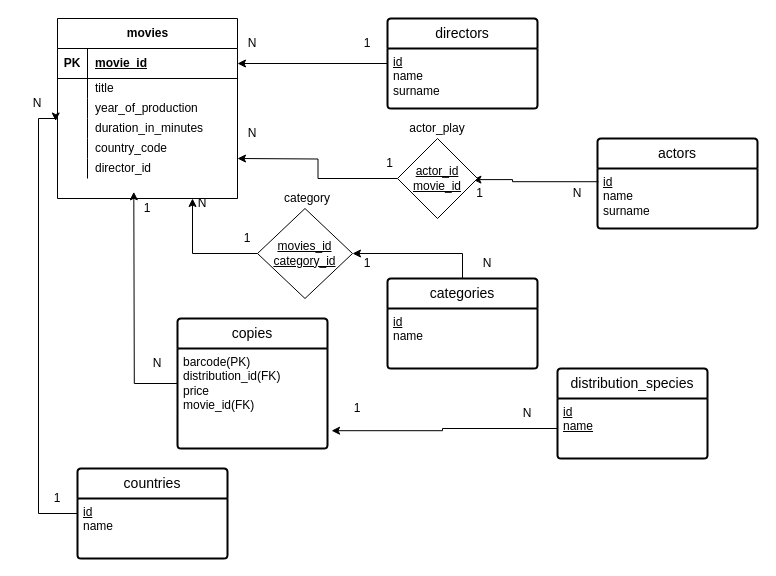
This is Untitled Diagram.drawio from serendipity019/CodingFactoryJavaLessons, a draw.io file, before an edit. Source tidied: cells renumbered, new cells numbered last; positions are measured from the earlier drawing's top-left corner, leaving out a move shared by most shapes. Both pictures are drawn from the tidied source at 100%, with x=0, y=0 at pixel (17, 18).
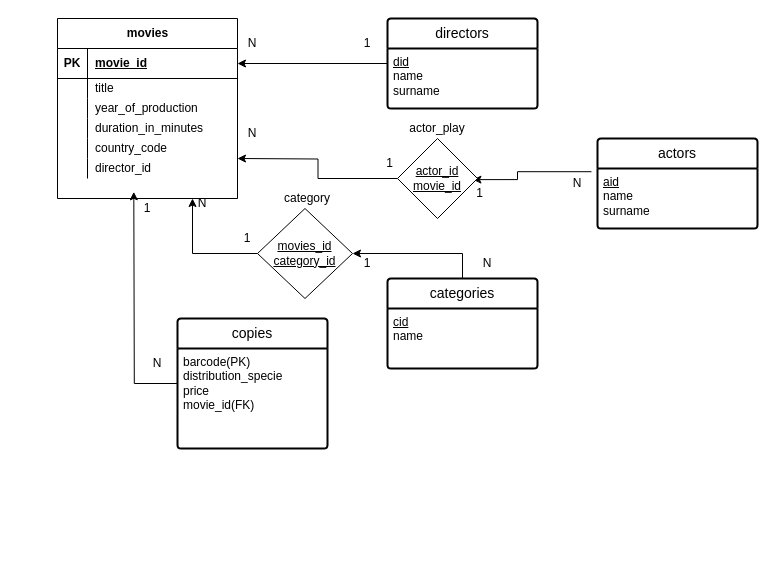
After the change.

Unchanged cells that the change refers to:
```xml
<mxCell id="13" style="shape=tableRow;horizontal=0;startSize=0;swimlaneHead=0;swimlaneBody=0;fillColor=none;points=[[0,0.5],[1,0.5]];portConstraint=eastwest;top=0;left=0;right=0;bottom=0;" parent="3" vertex="1">
  <mxGeometry y="100" width="180" height="20" as="geometry" />
</mxCell>
<mxCell id="23" value="directors" style="swimlane;horizontal=1;startSize=30;rounded=1;fontSize=14;fontStyle=0;strokeWidth=2;shadow=0;dashed=0;align=center;arcSize=4;whiteSpace=wrap;html=1;" parent="1" vertex="1">
  <mxGeometry x="370" width="150" height="90" as="geometry" />
</mxCell>
<mxCell id="25" value="actors" style="swimlane;horizontal=1;startSize=30;rounded=1;fontSize=14;fontStyle=0;strokeWidth=2;shadow=0;dashed=0;align=center;arcSize=4;whiteSpace=wrap;html=1;" parent="1" vertex="1">
  <mxGeometry x="580" y="120" width="160" height="90" as="geometry" />
</mxCell>
<mxCell id="28" value="categories" style="swimlane;horizontal=1;startSize=30;rounded=1;fontSize=14;fontStyle=0;strokeWidth=2;shadow=0;dashed=0;align=center;arcSize=4;whiteSpace=wrap;html=1;" parent="1" vertex="1">
  <mxGeometry x="370" y="260" width="150" height="90" as="geometry" />
</mxCell>
<mxCell id="30" value="copies" style="swimlane;horizontal=1;startSize=30;rounded=1;fontSize=14;fontStyle=0;strokeWidth=2;shadow=0;dashed=0;align=center;arcSize=4;whiteSpace=wrap;html=1;" parent="1" vertex="1">
  <mxGeometry x="160" y="300" width="150" height="130" as="geometry" />
</mxCell>
```

Change to the diagram source:
```diff
@@
-    <mxCell id="24" value="&lt;u&gt;id&lt;/u&gt;&lt;br&gt;name&lt;br&gt;surname" style="align=left;strokeColor=none;fillColor=none;spacingLeft=4;fontSize=12;verticalAlign=top;html=1;" parent="23" vertex="1">
+    <mxCell id="24" value="&lt;u&gt;did&lt;/u&gt;&lt;br&gt;name&lt;br&gt;surname" style="align=left;strokeColor=none;fillColor=none;spacingLeft=4;fontSize=12;verticalAlign=top;html=1;" parent="23" vertex="1">
       <mxGeometry y="30" width="150" height="60" as="geometry" />
     </mxCell>
@@
-    <mxCell id="26" value="&lt;u&gt;id&lt;/u&gt;&lt;br&gt;name&lt;br&gt;surname" style="align=left;strokeColor=none;fillColor=none;spacingLeft=4;fontSize=12;verticalAlign=top;html=1;" parent="25" vertex="1">
+    <mxCell id="26" value="&lt;u&gt;aid&lt;/u&gt;&lt;br&gt;name&lt;br&gt;surname" style="align=left;strokeColor=none;fillColor=none;spacingLeft=4;fontSize=12;verticalAlign=top;html=1;" parent="25" vertex="1">
       <mxGeometry y="30" width="160" height="60" as="geometry" />
     </mxCell>
@@
-    <mxCell id="29" value="&lt;u&gt;id&lt;br&gt;&lt;/u&gt;name&lt;div&gt;&lt;u&gt;&lt;br&gt;&lt;/u&gt;&lt;/div&gt;" style="align=left;strokeColor=none;fillColor=none;spacingLeft=4;fontSize=12;verticalAlign=top;html=1;" parent="28" vertex="1">
+    <mxCell id="29" value="&lt;u&gt;cid&lt;br&gt;&lt;/u&gt;name&lt;div&gt;&lt;u&gt;&lt;br&gt;&lt;/u&gt;&lt;/div&gt;" style="align=left;strokeColor=none;fillColor=none;spacingLeft=4;fontSize=12;verticalAlign=top;html=1;" parent="28" vertex="1">
       <mxGeometry y="30" width="150" height="60" as="geometry" />
     </mxCell>
@@
-    <mxCell id="31" value="barcode(PK)&lt;br&gt;&lt;div&gt;distribution_id(FK)&lt;/div&gt;&lt;div&gt;price&lt;/div&gt;&lt;div&gt;movie_id(FK)&lt;br&gt;&lt;/div&gt;" style="align=left;strokeColor=none;fillColor=none;spacingLeft=4;fontSize=12;verticalAlign=top;html=1;" parent="30" vertex="1">
+    <mxCell id="31" value="barcode(PK)&lt;br&gt;&lt;div&gt;distribution_specie&lt;/div&gt;&lt;div&gt;price&lt;/div&gt;&lt;div&gt;movie_id(FK)&lt;br&gt;&lt;/div&gt;" style="align=left;strokeColor=none;fillColor=none;spacingLeft=4;fontSize=12;verticalAlign=top;html=1;" parent="30" vertex="1">
       <mxGeometry y="30" width="150" height="100" as="geometry" />
     </mxCell>
-    <mxCell id="32" value="distribution_species" style="swimlane;horizontal=1;startSize=30;rounded=1;fontSize=14;fontStyle=0;strokeWidth=2;shadow=0;dashed=0;align=center;arcSize=4;whiteSpace=wrap;html=1;" parent="1" vertex="1">
-      <mxGeometry x="540" y="350" width="150" height="90" as="geometry" />
-    </mxCell>
-    <mxCell id="33" value="&lt;u&gt;id&lt;br&gt;name&lt;/u&gt;&lt;div&gt;&lt;u&gt;&lt;br&gt;&lt;/u&gt;&lt;/div&gt;" style="align=left;strokeColor=none;fillColor=none;spacingLeft=4;fontSize=12;verticalAlign=top;html=1;" parent="32" vertex="1">
-      <mxGeometry y="30" width="150" height="60" as="geometry" />
-    </mxCell>
@@
-    <mxCell id="41" style="edgeStyle=orthogonalEdgeStyle;rounded=0;jettySize=auto;html=1;entryX=1.027;entryY=0.822;entryDx=0;entryDy=0;entryPerimeter=0;" parent="1" edge="1" source="33" target="31">
-      <mxGeometry relative="1" as="geometry" />
-    </mxCell>
-    <mxCell id="42" value="N" style="text;html=1;align=center;verticalAlign=middle;whiteSpace=wrap;rounded=0;" parent="1" vertex="1">
-      <mxGeometry x="480" y="380" width="60" height="30" as="geometry" />
-    </mxCell>
-    <mxCell id="43" value="1" style="text;html=1;align=center;verticalAlign=middle;whiteSpace=wrap;rounded=0;" parent="1" vertex="1">
-      <mxGeometry x="320" y="380" width="40" height="20" as="geometry" />
-    </mxCell>
     <mxCell id="44" value="N" style="text;html=1;align=center;verticalAlign=middle;whiteSpace=wrap;rounded=0;" parent="1" vertex="1">
-      <mxGeometry x="530" y="160" width="60" height="30" as="geometry" />
+      <mxGeometry x="540" y="150" width="40" height="30" as="geometry" />
     </mxCell>
@@
-    <mxCell id="57" style="edgeStyle=orthogonalEdgeStyle;rounded=0;jettySize=auto;html=1;entryX=-0.01;entryY=0.126;entryDx=0;entryDy=0;entryPerimeter=0;" parent="1" edge="1" source="58" target="13">
-      <mxGeometry relative="1" as="geometry">
-        <Array as="points">
-          <mxPoint x="21" y="495" />
-          <mxPoint x="21" y="100" />
-          <mxPoint x="38" y="100" />
-        </Array>
-      </mxGeometry>
-    </mxCell>
-    <mxCell id="58" value="countries" style="swimlane;horizontal=1;startSize=30;rounded=1;fontSize=14;fontStyle=0;strokeWidth=2;shadow=0;dashed=0;align=center;arcSize=4;whiteSpace=wrap;html=1;" parent="1" vertex="1">
-      <mxGeometry x="60" y="450" width="150" height="90" as="geometry" />
-    </mxCell>
-    <mxCell id="59" value="&lt;u&gt;id&lt;br&gt;&lt;/u&gt;name&lt;div&gt;&lt;u&gt;&lt;br&gt;&lt;/u&gt;&lt;/div&gt;" style="align=left;strokeColor=none;fillColor=none;spacingLeft=4;fontSize=12;verticalAlign=top;html=1;" parent="58" vertex="1">
-      <mxGeometry y="30" width="150" height="60" as="geometry" />
-    </mxCell>
-    <mxCell id="60" value="1" style="text;html=1;align=center;verticalAlign=middle;whiteSpace=wrap;rounded=0;" parent="1" vertex="1">
-      <mxGeometry x="20" y="470" width="40" height="20" as="geometry" />
-    </mxCell>
-    <mxCell id="61" value="N" style="text;html=1;align=center;verticalAlign=middle;whiteSpace=wrap;rounded=0;" parent="1" vertex="1">
-      <mxGeometry y="70" width="40" height="30" as="geometry" />
-    </mxCell>
```
